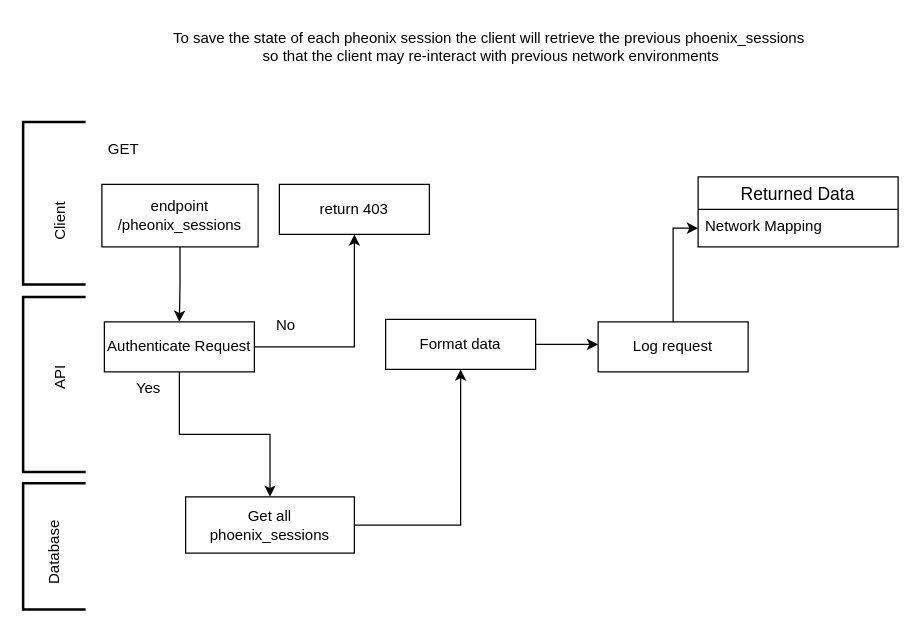
Earlier version of the draw.io diagram page "/pheonix_sessions" (2 of 3) of pymsf/pymsf.drawio (ACCISA/msf_automate). Source tidied: cells renumbered, new cells numbered last; positions are measured from the earlier drawing's top-left corner, leaving out a move shared by most shapes. Both pictures are drawn from the tidied source at 125%, with x=0, y=0 at pixel (4, 21).
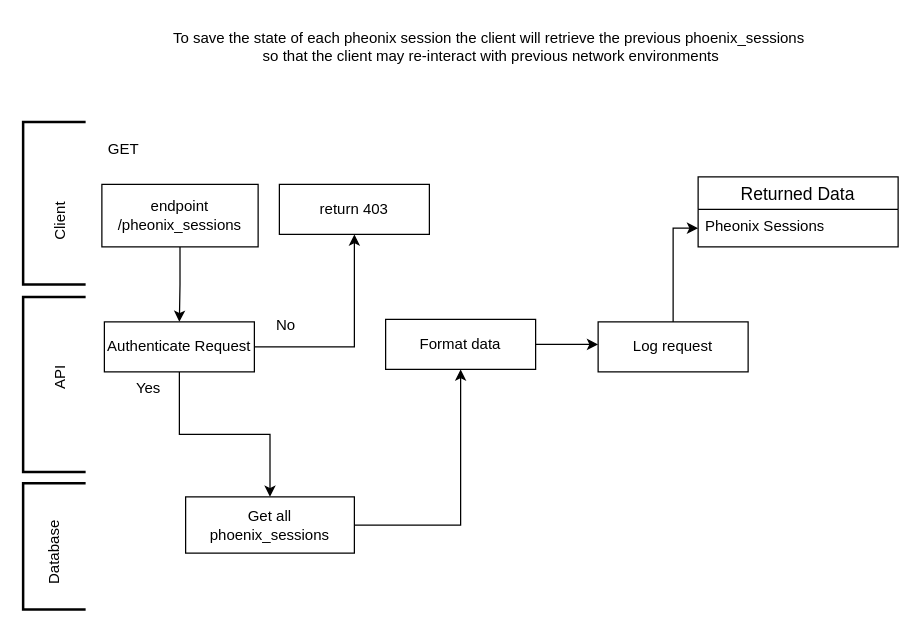
Above is the later version.

Commit message:
/pheonix_session

Unchanged cells that the change refers to:
```xml
<mxCell id="14" value="Returned Data" style="swimlane;fontStyle=0;horizontal=1;startSize=26;align=center;fontSize=14;" parent="1" vertex="1">
  <mxGeometry x="555" y="124" width="160" height="56" as="geometry" />
</mxCell>
```

The edit, as a diff of the source:
```diff
@@
-    <mxCell id="15" value="Network Mapping" style="text;strokeColor=none;fillColor=none;spacingLeft=4;spacingRight=4;overflow=hidden;points=[[0,0.5],[1,0.5]];portConstraint=eastwest;fontSize=12;whiteSpace=wrap;html=1;" parent="14" vertex="1">
+    <mxCell id="15" value="Pheonix Sessions" style="text;strokeColor=none;fillColor=none;spacingLeft=4;spacingRight=4;overflow=hidden;points=[[0,0.5],[1,0.5]];portConstraint=eastwest;fontSize=12;whiteSpace=wrap;html=1;" parent="14" vertex="1">
       <mxGeometry y="26" width="160" height="30" as="geometry" />
     </mxCell>
```
